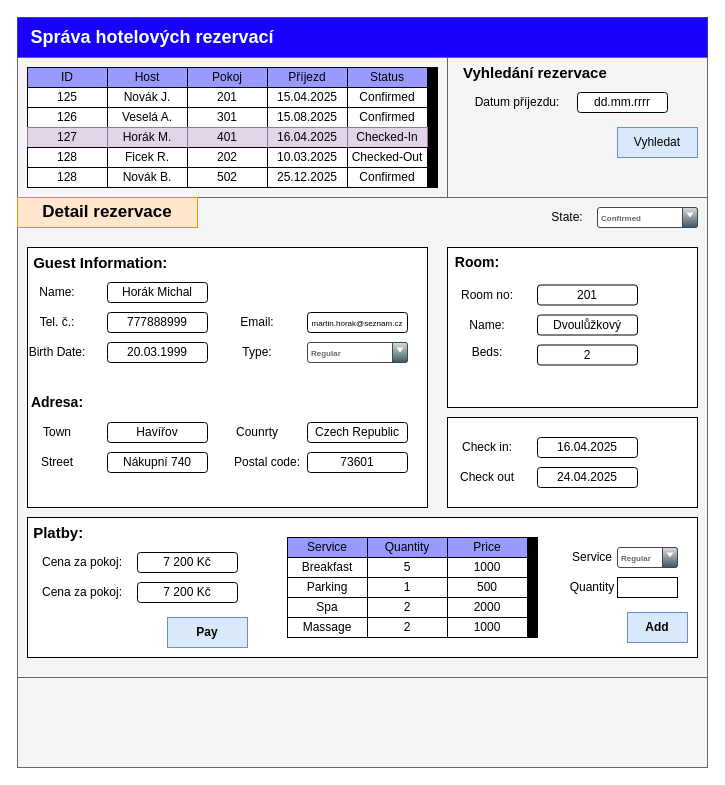
elsnoxx/VSB keeps this draw.io diagram as 4_semestr/DS 2/projekt/formular.drawio. Above is the earlier version. Source tidied: cells renumbered, new cells numbered last; positions are measured from the earlier drawing's top-left corner, leaving out a move shared by most shapes. Both pictures are drawn from the tidied source at 100%, with x=0, y=0 at pixel (17, 17).
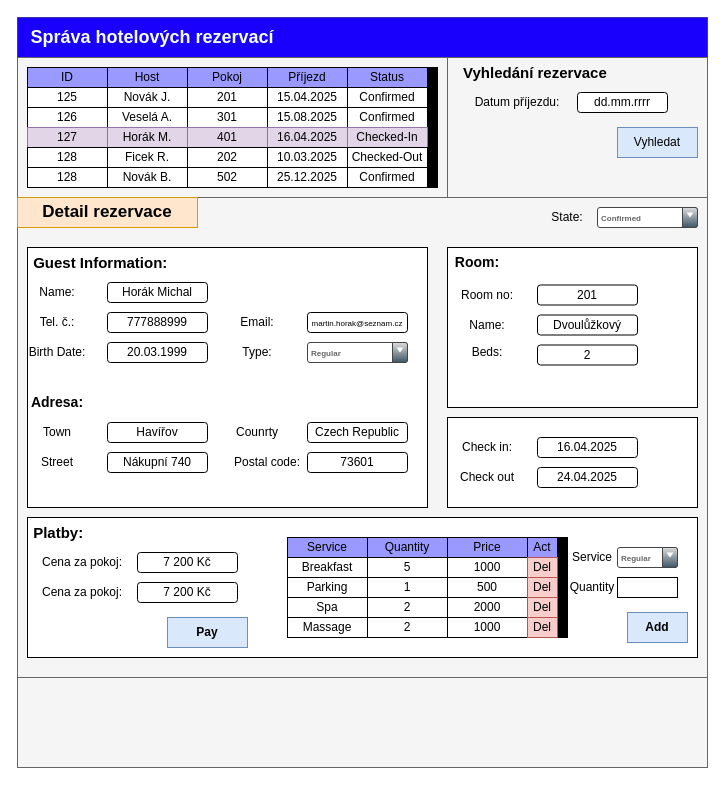
The same diagram, later.

The edit, as a diff of the source:
```diff
@@
     <mxCell id="102" style="rounded=0;whiteSpace=wrap;html=1;fillColor=#000000;" parent="1" vertex="1">
-      <mxGeometry x="510" y="520" width="10" height="100" as="geometry" />
+      <mxGeometry x="540" y="520" width="10" height="100" as="geometry" />
     </mxCell>
@@
+    <mxCell id="110" value="Act" style="rounded=0;whiteSpace=wrap;html=1;strokeColor=#000000;fillColor=#9999FF;" parent="1" vertex="1">
+      <mxGeometry x="510" y="520" width="30" height="20" as="geometry" />
+    </mxCell>
+    <mxCell id="111" value="Del" style="rounded=0;whiteSpace=wrap;html=1;fillColor=#f8cecc;strokeColor=#b85450;" parent="1" vertex="1">
+      <mxGeometry x="510" y="540" width="30" height="20" as="geometry" />
+    </mxCell>
+    <mxCell id="112" value="Del" style="rounded=0;whiteSpace=wrap;html=1;fillColor=#f8cecc;strokeColor=#b85450;" parent="1" vertex="1">
+      <mxGeometry x="510" y="560" width="30" height="20" as="geometry" />
+    </mxCell>
+    <mxCell id="113" value="Del" style="rounded=0;whiteSpace=wrap;html=1;fillColor=#f8cecc;strokeColor=#b85450;" parent="1" vertex="1">
+      <mxGeometry x="510" y="580" width="30" height="20" as="geometry" />
+    </mxCell>
+    <mxCell id="114" value="Del" style="rounded=0;whiteSpace=wrap;html=1;fillColor=#f8cecc;strokeColor=#b85450;" parent="1" vertex="1">
+      <mxGeometry x="510" y="600" width="30" height="20" as="geometry" />
+    </mxCell>
```
